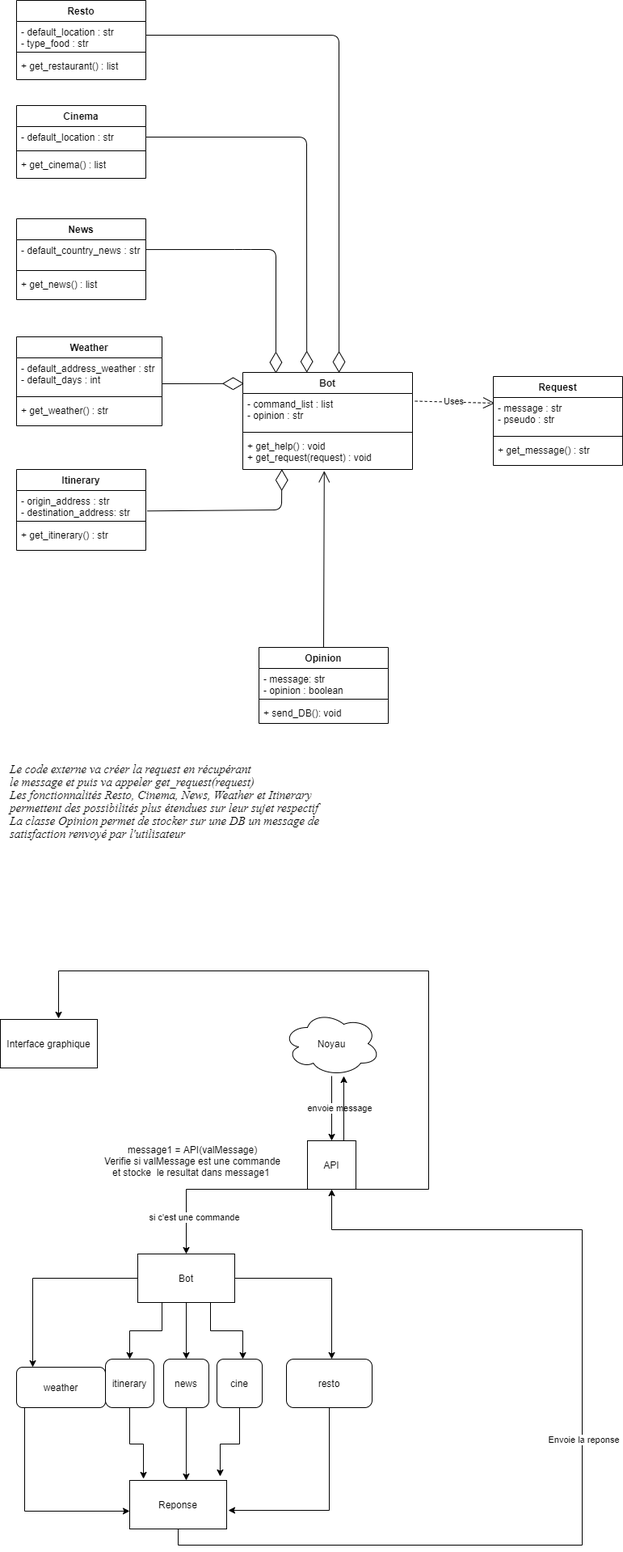
mquadu/noyau_devII_2TM2 keeps this draw.io diagram as UML_PyP.png. Above is the earlier version. Source tidied: cells renumbered, new cells last; positions are measured from the earlier drawing's top-left corner, leaving out a move shared by most shapes.
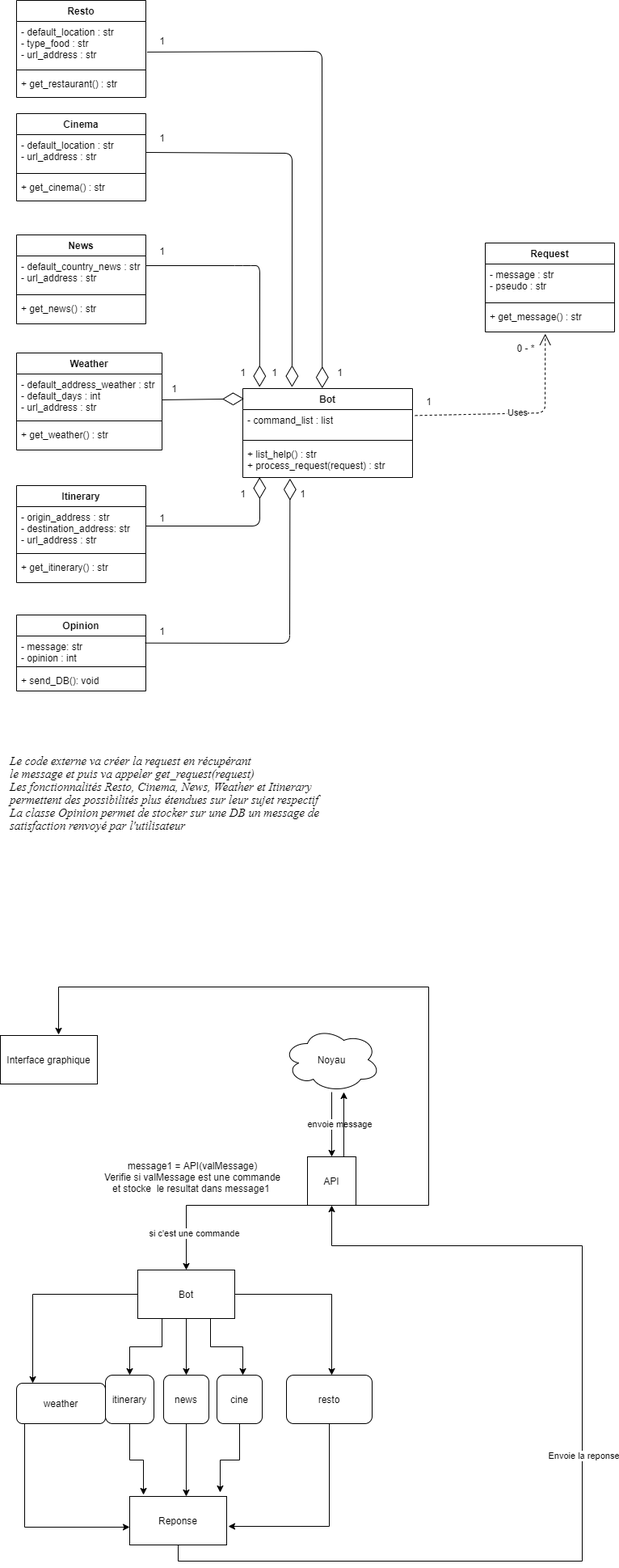
After the commit.

Commit message:
uml_lastOne

What changed in the source:
```diff
@@ -122,17 +122,17 @@
     <mxCell id="29" value="Bot" style="swimlane;fontStyle=1;align=center;verticalAlign=top;horizontal=1;startSize=26;" parent="1" vertex="1">
-      <mxGeometry x="300" y="460" width="210" height="120" as="geometry" />
+      <mxGeometry x="300" y="460" width="210" height="110" as="geometry" />
     </mxCell>
-    <mxCell id="30" value="- command_list : list&#10;- opinion : str&#10;" style="text;strokeColor=none;fillColor=none;align=left;verticalAlign=top;spacingLeft=4;spacingRight=4;overflow=hidden;points=[[0,0.5],[1,0.5]];portConstraint=eastwest;" parent="29" vertex="1">
-      <mxGeometry y="26" width="210" height="44" as="geometry" />
+    <mxCell id="30" value="- command_list : list&#10;" style="text;strokeColor=none;fillColor=none;align=left;verticalAlign=top;spacingLeft=4;spacingRight=4;overflow=hidden;points=[[0,0.5],[1,0.5]];portConstraint=eastwest;" parent="29" vertex="1">
+      <mxGeometry y="26" width="210" height="34" as="geometry" />
     </mxCell>
     <mxCell id="31" style="line;strokeWidth=1;fillColor=none;align=left;verticalAlign=middle;spacingTop=-1;spacingLeft=3;spacingRight=3;labelPosition=right;" parent="29" vertex="1">
-      <mxGeometry y="70" width="210" height="8" as="geometry" />
+      <mxGeometry y="60" width="210" height="8" as="geometry" />
     </mxCell>
-    <mxCell id="32" value="+ get_help() : void&#10;+ get_request(request) : void&#10;" style="text;strokeColor=none;fillColor=none;align=left;verticalAlign=top;spacingLeft=4;spacingRight=4;overflow=hidden;points=[[0,0.5],[1,0.5]];portConstraint=eastwest;" parent="29" vertex="1">
-      <mxGeometry y="78" width="210" height="42" as="geometry" />
+    <mxCell id="32" value="+ list_help() : str&#10;+ process_request(request) : str&#10;" style="text;strokeColor=none;fillColor=none;align=left;verticalAlign=top;spacingLeft=4;spacingRight=4;overflow=hidden;points=[[0,0.5],[1,0.5]];portConstraint=eastwest;" parent="29" vertex="1">
+      <mxGeometry y="68" width="210" height="42" as="geometry" />
     </mxCell>
     <mxCell id="33" value="Opinion" style="swimlane;fontStyle=1;align=center;verticalAlign=top;horizontal=1;startSize=26;" parent="1" vertex="1">
-      <mxGeometry x="320" y="800" width="160" height="94" as="geometry" />
+      <mxGeometry x="20" y="740" width="160" height="94" as="geometry" />
     </mxCell>
-    <mxCell id="34" value="- message: str &#10;- opinion : boolean&#10;" style="text;strokeColor=none;fillColor=none;align=left;verticalAlign=top;spacingLeft=4;spacingRight=4;overflow=hidden;points=[[0,0.5],[1,0.5]];portConstraint=eastwest;" parent="33" vertex="1">
+    <mxCell id="34" value="- message: str &#10;- opinion : int&#10;" style="text;strokeColor=none;fillColor=none;align=left;verticalAlign=top;spacingLeft=4;spacingRight=4;overflow=hidden;points=[[0,0.5],[1,0.5]];portConstraint=eastwest;" parent="33" vertex="1">
       <mxGeometry y="26" width="160" height="34" as="geometry" />
@@ -145,28 +145,25 @@
     </mxCell>
-    <mxCell id="37" style="endArrow=open;endFill=1;endSize=12;html=1;exitX=0.5;exitY=0;exitDx=0;exitDy=0;entryX=0.48;entryY=1.042;entryDx=0;entryDy=0;entryPerimeter=0;" parent="1" edge="1" source="33" target="32">
-      <mxGeometry relative="1" as="geometry" />
-    </mxCell>
     <mxCell id="38" value="News" style="swimlane;fontStyle=1;align=center;verticalAlign=top;horizontal=1;startSize=26;" parent="1" vertex="1">
-      <mxGeometry x="20" y="270" width="160" height="100" as="geometry" />
+      <mxGeometry x="20" y="270" width="160" height="110" as="geometry" />
     </mxCell>
-    <mxCell id="39" value="- default_country_news : str" style="text;strokeColor=none;fillColor=none;align=left;verticalAlign=top;spacingLeft=4;spacingRight=4;overflow=hidden;points=[[0,0.5],[1,0.5]];portConstraint=eastwest;" parent="38" vertex="1">
-      <mxGeometry y="26" width="160" height="34" as="geometry" />
+    <mxCell id="39" value="- default_country_news : str&#10;- url_address : str" style="text;strokeColor=none;fillColor=none;align=left;verticalAlign=top;spacingLeft=4;spacingRight=4;overflow=hidden;points=[[0,0.5],[1,0.5]];portConstraint=eastwest;" parent="38" vertex="1">
+      <mxGeometry y="26" width="160" height="44" as="geometry" />
     </mxCell>
     <mxCell id="40" style="line;strokeWidth=1;fillColor=none;align=left;verticalAlign=middle;spacingTop=-1;spacingLeft=3;spacingRight=3;labelPosition=right;" parent="38" vertex="1">
-      <mxGeometry y="60" width="160" height="8" as="geometry" />
+      <mxGeometry y="70" width="160" height="8" as="geometry" />
     </mxCell>
-    <mxCell id="41" value="+ get_news() : list" style="text;strokeColor=none;fillColor=none;align=left;verticalAlign=top;spacingLeft=4;spacingRight=4;overflow=hidden;" parent="38" vertex="1">
-      <mxGeometry y="68" width="160" height="32" as="geometry" />
+    <mxCell id="41" value="+ get_news() : str" style="text;strokeColor=none;fillColor=none;align=left;verticalAlign=top;spacingLeft=4;spacingRight=4;overflow=hidden;" parent="38" vertex="1">
+      <mxGeometry y="78" width="160" height="32" as="geometry" />
     </mxCell>
     <mxCell id="42" value="Weather" style="swimlane;fontStyle=1;align=center;verticalAlign=top;horizontal=1;startSize=26;" parent="1" vertex="1">
-      <mxGeometry x="20" y="416" width="180" height="110" as="geometry" />
+      <mxGeometry x="20" y="416" width="180" height="120" as="geometry" />
     </mxCell>
-    <mxCell id="43" value="- default_address_weather : str&#10;- default_days : int&#10;" style="text;strokeColor=none;fillColor=none;align=left;verticalAlign=top;spacingLeft=4;spacingRight=4;overflow=hidden;" parent="42" vertex="1">
-      <mxGeometry y="26" width="180" height="44" as="geometry" />
+    <mxCell id="43" value="- default_address_weather : str&#10;- default_days : int&#10;- url_address : str&#10;" style="text;strokeColor=none;fillColor=none;align=left;verticalAlign=top;spacingLeft=4;spacingRight=4;overflow=hidden;" parent="42" vertex="1">
+      <mxGeometry y="26" width="180" height="54" as="geometry" />
     </mxCell>
     <mxCell id="44" style="line;strokeWidth=1;fillColor=none;align=left;verticalAlign=middle;spacingTop=-1;spacingLeft=3;spacingRight=3;labelPosition=right;" parent="42" vertex="1">
-      <mxGeometry y="70" width="180" height="8" as="geometry" />
+      <mxGeometry y="80" width="180" height="8" as="geometry" />
     </mxCell>
     <mxCell id="45" value="+ get_weather() : str" style="text;strokeColor=none;fillColor=none;align=left;verticalAlign=top;spacingLeft=4;spacingRight=4;overflow=hidden;" parent="42" vertex="1">
-      <mxGeometry y="78" width="180" height="32" as="geometry" />
+      <mxGeometry y="88" width="180" height="32" as="geometry" />
     </mxCell>
@@ -177,6 +174,6 @@
     </mxCell>
-    <mxCell id="47" style="endArrow=diamondThin;endFill=0;endSize=24;html=1;entryX=0.567;entryY=0.004;entryDx=0;entryDy=0;exitX=1;exitY=0.5;exitDx=0;exitDy=0;entryPerimeter=0;" parent="1" edge="1" source="59" target="29">
+    <mxCell id="47" style="endArrow=diamondThin;endFill=0;endSize=24;html=1;entryX=0.468;entryY=-0.003;entryDx=0;entryDy=0;exitX=1.01;exitY=0.676;exitDx=0;exitDy=0;entryPerimeter=0;exitPerimeter=0;" parent="1" edge="1" source="59" target="29">
       <mxGeometry relative="1" as="geometry">
         <Array as="points">
-          <mxPoint x="419" y="43" />
+          <mxPoint x="398" y="43" />
         </Array>
@@ -184,6 +181,6 @@
     </mxCell>
-    <mxCell id="48" style="endArrow=diamondThin;endFill=0;endSize=24;html=1;exitX=1;exitY=0.5;exitDx=0;exitDy=0;entryX=0.377;entryY=0.001;entryDx=0;entryDy=0;entryPerimeter=0;" parent="1" edge="1" source="55" target="29">
+    <mxCell id="48" style="endArrow=diamondThin;endFill=0;endSize=24;html=1;exitX=1;exitY=0.5;exitDx=0;exitDy=0;entryX=0.29;entryY=-0.017;entryDx=0;entryDy=0;entryPerimeter=0;" parent="1" edge="1" source="55" target="29">
       <mxGeometry relative="1" as="geometry">
         <Array as="points">
-          <mxPoint x="379" y="169" />
+          <mxPoint x="361" y="169" />
         </Array>
@@ -191,7 +188,8 @@
     </mxCell>
-    <mxCell id="49" style="endArrow=diamondThin;endFill=0;endSize=24;html=1;exitX=1;exitY=0.355;exitDx=0;exitDy=0;exitPerimeter=0;entryX=0.195;entryY=0.009;entryDx=0;entryDy=0;entryPerimeter=0;" parent="1" edge="1" source="39" target="29">
+    <mxCell id="49" style="endArrow=diamondThin;endFill=0;endSize=24;html=1;entryX=0.099;entryY=-0.017;entryDx=0;entryDy=0;entryPerimeter=0;" parent="1" edge="1" target="29">
       <mxGeometry relative="1" as="geometry">
+        <mxPoint x="180" y="308" as="sourcePoint" />
         <Array as="points">
           <mxPoint x="300" y="308" />
-          <mxPoint x="341" y="308" />
+          <mxPoint x="321" y="308" />
         </Array>
@@ -200,41 +198,42 @@
     <mxCell id="50" value="Itinerary" style="swimlane;fontStyle=1;align=center;verticalAlign=top;horizontal=1;startSize=26;" parent="1" vertex="1">
-      <mxGeometry x="20" y="580" width="160" height="100" as="geometry" />
+      <mxGeometry x="20" y="580" width="160" height="120" as="geometry" />
     </mxCell>
-    <mxCell id="51" value="- origin_address : str&#10;- destination_address: str" style="text;strokeColor=none;fillColor=none;align=left;verticalAlign=top;spacingLeft=4;spacingRight=4;overflow=hidden;points=[[0,0.5],[1,0.5]];portConstraint=eastwest;" parent="50" vertex="1">
-      <mxGeometry y="26" width="160" height="34" as="geometry" />
+    <mxCell id="51" value="- origin_address : str&#10;- destination_address: str&#10;- url_address : str" style="text;strokeColor=none;fillColor=none;align=left;verticalAlign=top;spacingLeft=4;spacingRight=4;overflow=hidden;points=[[0,0.5],[1,0.5]];portConstraint=eastwest;" parent="50" vertex="1">
+      <mxGeometry y="26" width="160" height="54" as="geometry" />
     </mxCell>
     <mxCell id="52" style="line;strokeWidth=1;fillColor=none;align=left;verticalAlign=middle;spacingTop=-1;spacingLeft=3;spacingRight=3;labelPosition=right;" parent="50" vertex="1">
-      <mxGeometry y="60" width="160" height="8" as="geometry" />
+      <mxGeometry y="80" width="160" height="8" as="geometry" />
     </mxCell>
     <mxCell id="53" value="+ get_itinerary() : str&#10;" style="text;strokeColor=none;fillColor=none;align=left;verticalAlign=top;spacingLeft=4;spacingRight=4;overflow=hidden;" parent="50" vertex="1">
-      <mxGeometry y="68" width="160" height="32" as="geometry" />
+      <mxGeometry y="88" width="160" height="32" as="geometry" />
     </mxCell>
     <mxCell id="54" value="Cinema" style="swimlane;fontStyle=1;align=center;verticalAlign=top;horizontal=1;startSize=26;" parent="1" vertex="1">
-      <mxGeometry x="20" y="130" width="160" height="90" as="geometry" />
+      <mxGeometry x="20" y="120" width="160" height="108" as="geometry" />
     </mxCell>
-    <mxCell id="55" value="- default_location : str" style="text;strokeColor=none;fillColor=none;align=left;verticalAlign=top;spacingLeft=4;spacingRight=4;overflow=hidden;points=[[0,0.5],[1,0.5]];portConstraint=eastwest;" parent="54" vertex="1">
-      <mxGeometry y="26" width="160" height="26" as="geometry" />
+    <mxCell id="55" value="- default_location : str&#10;- url_address : str" style="text;strokeColor=none;fillColor=none;align=left;verticalAlign=top;spacingLeft=4;spacingRight=4;overflow=hidden;points=[[0,0.5],[1,0.5]];portConstraint=eastwest;" parent="54" vertex="1">
+      <mxGeometry y="26" width="160" height="44" as="geometry" />
     </mxCell>
     <mxCell id="56" style="line;strokeWidth=1;fillColor=none;align=left;verticalAlign=middle;spacingTop=-1;spacingLeft=3;spacingRight=3;labelPosition=right;" parent="54" vertex="1">
-      <mxGeometry y="52" width="160" height="8" as="geometry" />
+      <mxGeometry y="70" width="160" height="8" as="geometry" />
     </mxCell>
-    <mxCell id="57" value="+ get_cinema() : list" style="text;strokeColor=none;fillColor=none;align=left;verticalAlign=top;spacingLeft=4;spacingRight=4;overflow=hidden;" parent="54" vertex="1">
-      <mxGeometry y="60" width="160" height="30" as="geometry" />
+    <mxCell id="57" value="+ get_cinema() : str" style="text;strokeColor=none;fillColor=none;align=left;verticalAlign=top;spacingLeft=4;spacingRight=4;overflow=hidden;" parent="54" vertex="1">
+      <mxGeometry y="78" width="160" height="30" as="geometry" />
     </mxCell>
     <mxCell id="58" value="Resto" style="swimlane;fontStyle=1;align=center;verticalAlign=top;horizontal=1;startSize=26;" parent="1" vertex="1">
-      <mxGeometry x="20" width="160" height="98" as="geometry" />
+      <mxGeometry x="20" y="-20" width="160" height="120" as="geometry" />
     </mxCell>
-    <mxCell id="59" value="- default_location : str&#10;- type_food : str" style="text;strokeColor=none;fillColor=none;align=left;verticalAlign=top;spacingLeft=4;spacingRight=4;overflow=hidden;points=[[0,0.5],[1,0.5]];portConstraint=eastwest;" parent="58" vertex="1">
-      <mxGeometry y="26" width="160" height="34" as="geometry" />
+    <mxCell id="59" value="- default_location : str&#10;- type_food : str&#10;- url_address : str" style="text;strokeColor=none;fillColor=none;align=left;verticalAlign=top;spacingLeft=4;spacingRight=4;overflow=hidden;points=[[0,0.5],[1,0.5]];portConstraint=eastwest;" parent="58" vertex="1">
+      <mxGeometry y="26" width="160" height="56" as="geometry" />
     </mxCell>
     <mxCell id="60" style="line;strokeWidth=1;fillColor=none;align=left;verticalAlign=middle;spacingTop=-1;spacingLeft=3;spacingRight=3;labelPosition=right;" parent="58" vertex="1">
-      <mxGeometry y="60" width="160" height="8" as="geometry" />
+      <mxGeometry y="82" width="160" height="8" as="geometry" />
     </mxCell>
-    <mxCell id="61" value="+ get_restaurant() : list" style="text;strokeColor=none;fillColor=none;align=left;verticalAlign=top;spacingLeft=4;spacingRight=4;overflow=hidden;" parent="58" vertex="1">
-      <mxGeometry y="68" width="160" height="30" as="geometry" />
+    <mxCell id="61" value="+ get_restaurant() : str" style="text;strokeColor=none;fillColor=none;align=left;verticalAlign=top;spacingLeft=4;spacingRight=4;overflow=hidden;" parent="58" vertex="1">
+      <mxGeometry y="90" width="160" height="30" as="geometry" />
     </mxCell>
-    <mxCell id="62" style="endArrow=diamondThin;endFill=0;endSize=24;html=1;entryX=0.23;entryY=0.992;entryDx=0;entryDy=0;entryPerimeter=0;exitX=1.01;exitY=0.745;exitDx=0;exitDy=0;exitPerimeter=0;" parent="1" edge="1" source="51" target="32">
+    <mxCell id="62" style="endArrow=diamondThin;endFill=0;endSize=24;html=1;entryX=0.099;entryY=0.992;entryDx=0;entryDy=0;entryPerimeter=0;" parent="1" edge="1" target="32">
       <mxGeometry relative="1" as="geometry">
+        <mxPoint x="180" y="630" as="sourcePoint" />
         <Array as="points">
-          <mxPoint x="348" y="630" />
+          <mxPoint x="321" y="630" />
         </Array>
@@ -243,3 +242,3 @@
     <mxCell id="63" value="Request" style="swimlane;fontStyle=1;align=center;verticalAlign=top;horizontal=1;startSize=26;" parent="1" vertex="1">
-      <mxGeometry x="610" y="465" width="160" height="110" as="geometry" />
+      <mxGeometry x="600" y="280" width="160" height="110" as="geometry" />
     </mxCell>
@@ -254,8 +253,58 @@
     </mxCell>
-    <mxCell id="67" value="Uses" style="endArrow=open;endSize=12;dashed=1;html=1;exitX=1.015;exitY=0.216;exitDx=0;exitDy=0;exitPerimeter=0;entryX=0.01;entryY=0.159;entryDx=0;entryDy=0;entryPerimeter=0;" parent="1" edge="1" source="30" target="64">
-      <mxGeometry x="-0.02" y="1" relative="1" as="geometry" />
+    <mxCell id="67" value="Uses" style="endArrow=open;endSize=12;dashed=1;html=1;exitX=1.015;exitY=0.216;exitDx=0;exitDy=0;exitPerimeter=0;entryX=0.464;entryY=1.068;entryDx=0;entryDy=0;entryPerimeter=0;" parent="1" edge="1" source="30" target="66">
+      <mxGeometry x="-0.02" y="1" relative="1" as="geometry">
+        <Array as="points">
+          <mxPoint x="674" y="490" />
+        </Array>
+      </mxGeometry>
     </mxCell>
     <mxCell id="68" value="&lt;h3&gt;&lt;/h3&gt;&lt;h2 style=&quot;font-size: 15px ; line-height: 100%&quot;&gt;&lt;div&gt;&lt;span style=&quot;font-weight: normal&quot;&gt;&lt;i&gt;&lt;font face=&quot;Times New Roman&quot;&gt;Le code externe va créer la request en&amp;nbsp;récupérant&amp;nbsp;&lt;/font&gt;&lt;/i&gt;&lt;/span&gt;&lt;/div&gt;&lt;div&gt;&lt;span style=&quot;font-weight: normal&quot;&gt;&lt;i&gt;&lt;font face=&quot;Times New Roman&quot;&gt;le message et puis va appeler get_request(request)&lt;/font&gt;&lt;/i&gt;&lt;/span&gt;&lt;i style=&quot;font-weight: normal&quot;&gt;&lt;font face=&quot;Times New Roman&quot;&gt;&amp;nbsp;&lt;/font&gt;&lt;/i&gt;&lt;/div&gt;&lt;div&gt;&lt;span style=&quot;font-weight: normal&quot;&gt;&lt;i&gt;&lt;font face=&quot;Times New Roman&quot;&gt;Les fonctionnalités Resto, Cinema, News, Weather et Itinerary&lt;/font&gt;&lt;/i&gt;&lt;/span&gt;&lt;/div&gt;&lt;div&gt;&lt;span style=&quot;font-weight: normal&quot;&gt;&lt;i&gt;&lt;font face=&quot;Times New Roman&quot;&gt;permettent des possibilités plus étendues sur leur sujet respectif&lt;/font&gt;&lt;/i&gt;&lt;/span&gt;&lt;/div&gt;&lt;div&gt;&lt;span style=&quot;font-weight: normal&quot;&gt;&lt;i&gt;&lt;font face=&quot;Times New Roman&quot;&gt;La classe Opinion permet de stocker sur une DB un message de&lt;/font&gt;&lt;/i&gt;&lt;/span&gt;&lt;/div&gt;&lt;div&gt;&lt;span style=&quot;font-weight: normal&quot;&gt;&lt;span&gt;&lt;i&gt;&lt;font face=&quot;Times New Roman&quot;&gt;satisfaction&amp;nbsp;&lt;/font&gt;&lt;/i&gt;&lt;/span&gt;&lt;i&gt;&lt;font face=&quot;Times New Roman&quot;&gt;renvoyé par l'utilisateur&lt;/font&gt;&lt;/i&gt;&lt;/span&gt;&lt;/div&gt;&lt;/h2&gt;" style="text;html=1;align=left;verticalAlign=middle;strokeColor=none;" parent="1" vertex="1">
-      <mxGeometry x="10" y="930" width="400" height="120" as="geometry" />
+      <mxGeometry x="10" y="900" width="400" height="120" as="geometry" />
     </mxCell>
+    <mxCell id="69" style="endArrow=diamondThin;endFill=0;endSize=24;html=1;exitX=0.995;exitY=0.255;exitDx=0;exitDy=0;exitPerimeter=0;entryX=0.278;entryY=1.032;entryDx=0;entryDy=0;entryPerimeter=0;" parent="1" edge="1" source="34" target="32">
+      <mxGeometry relative="1" as="geometry">
+        <Array as="points">
+          <mxPoint x="358" y="775" />
+        </Array>
+      </mxGeometry>
+    </mxCell>
+    <mxCell id="70" value="1" style="text;html=1;align=center;verticalAlign=middle;strokeColor=none;" parent="1" vertex="1">
+      <mxGeometry x="190" y="610" width="20" height="20" as="geometry" />
+    </mxCell>
+    <mxCell id="71" value="1" style="text;html=1;align=center;verticalAlign=middle;strokeColor=none;" parent="1" vertex="1">
+      <mxGeometry x="205" y="450" width="20" height="20" as="geometry" />
+    </mxCell>
+    <mxCell id="72" value="1" style="text;html=1;align=center;verticalAlign=middle;strokeColor=none;" parent="1" vertex="1">
+      <mxGeometry x="190" y="280" width="20" height="20" as="geometry" />
+    </mxCell>
+    <mxCell id="73" value="1" style="text;html=1;align=center;verticalAlign=middle;strokeColor=none;" parent="1" vertex="1">
+      <mxGeometry x="190" y="750" width="20" height="20" as="geometry" />
+    </mxCell>
+    <mxCell id="74" value="0 - *" style="text;html=1;align=center;verticalAlign=middle;strokeColor=none;" parent="1" vertex="1">
+      <mxGeometry x="630" y="400" width="40" height="20" as="geometry" />
+    </mxCell>
+    <mxCell id="75" value="1" style="text;html=1;align=center;verticalAlign=middle;strokeColor=none;" parent="1" vertex="1">
+      <mxGeometry x="190" y="140" width="20" height="20" as="geometry" />
+    </mxCell>
+    <mxCell id="76" value="1" style="text;html=1;align=center;verticalAlign=middle;strokeColor=none;" parent="1" vertex="1">
+      <mxGeometry x="190" y="20" width="20" height="20" as="geometry" />
+    </mxCell>
+    <mxCell id="77" value="1" style="text;html=1;align=center;verticalAlign=middle;strokeColor=none;" parent="1" vertex="1">
+      <mxGeometry x="290" y="430" width="20" height="20" as="geometry" />
+    </mxCell>
+    <mxCell id="78" value="1" style="text;html=1;align=center;verticalAlign=middle;strokeColor=none;" parent="1" vertex="1">
+      <mxGeometry x="410" y="430" width="20" height="20" as="geometry" />
+    </mxCell>
+    <mxCell id="79" value="1" style="text;html=1;align=center;verticalAlign=middle;strokeColor=none;" parent="1" vertex="1">
+      <mxGeometry x="329" y="430" width="20" height="20" as="geometry" />
+    </mxCell>
+    <mxCell id="80" value="1" style="text;html=1;align=center;verticalAlign=middle;strokeColor=none;" parent="1" vertex="1">
+      <mxGeometry x="364" y="580" width="20" height="20" as="geometry" />
+    </mxCell>
+    <mxCell id="81" value="1" style="text;html=1;align=center;verticalAlign=middle;strokeColor=none;" parent="1" vertex="1">
+      <mxGeometry x="290" y="580" width="20" height="20" as="geometry" />
+    </mxCell>
+    <mxCell id="82" value="1" style="text;html=1;align=center;verticalAlign=middle;strokeColor=none;" parent="1" vertex="1">
+      <mxGeometry x="520" y="466" width="20" height="20" as="geometry" />
+    </mxCell>
   </root>
```
